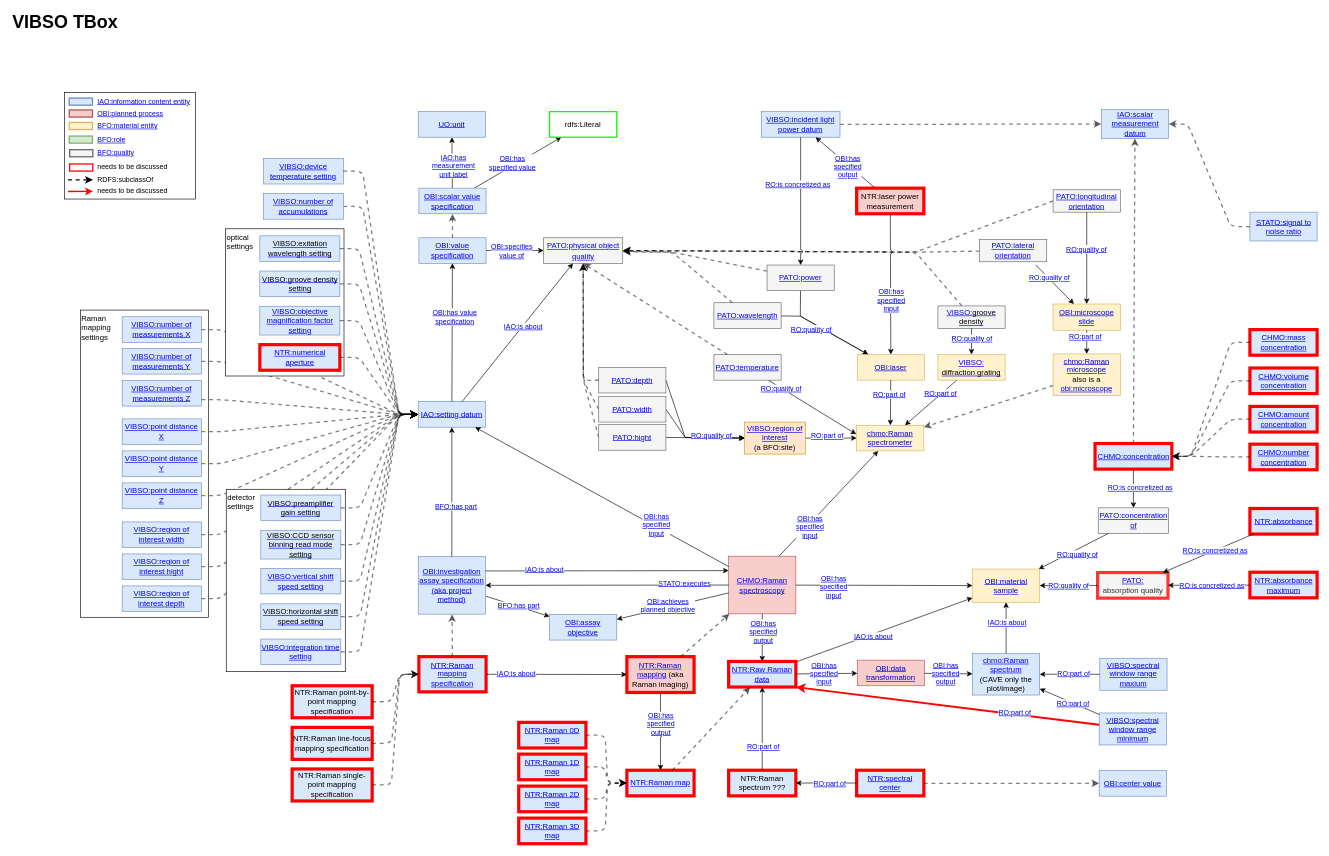
The draw.io diagram page "VIBSO T-Box" (1 of 5) of docs/images/VIBSO_T-Box_graph_views.drawio in NFDI4Chem/VibrationalSpectroscopyOntology, before the edit. Source tidied: cells renumbered, new cells numbered last; positions are measured from the earlier drawing's top-left corner, leaving out a move shared by most shapes. Both pictures are drawn from the tidied source at 64%, with x=0, y=0 at pixel (11, 12).
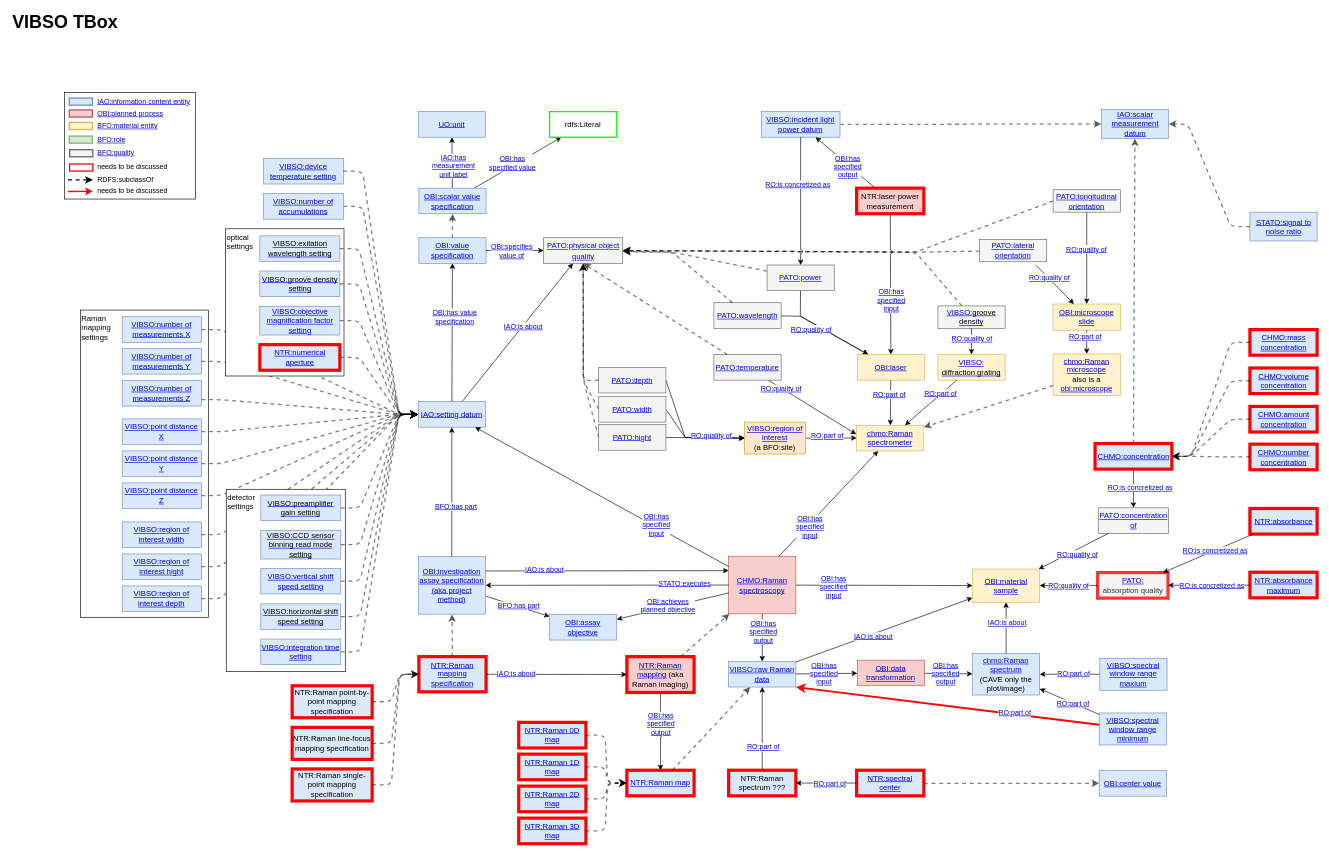
The same page after the edit.

Diff of the diagram source:
```diff
@@
-    <mxCell id="59" value="&lt;a href=&quot;https://github.com/NFDI4Chem/VibrationalSpectroscopyOntology/issues/77&quot;&gt;NTR:Raw Raman data&lt;/a&gt;" style="rounded=0;whiteSpace=wrap;html=1;fillColor=#dae8fc;strokeColor=#FF0000;arcSize=15;glass=0;shadow=0;strokeWidth=5;align=center;" parent="1" vertex="1">
+    <mxCell id="59" value="&lt;a href=&quot;https://github.com/NFDI4Chem/VibrationalSpectroscopyOntology/issues/77&quot;&gt;VIBSO:raw Raman data&lt;/a&gt;" style="rounded=0;whiteSpace=wrap;html=1;fillColor=#dae8fc;strokeColor=#6c8ebf;arcSize=15;glass=0;shadow=0;strokeWidth=1;align=center;" parent="1" vertex="1">
       <mxGeometry x="1121" y="1014" width="105" height="40" as="geometry" />
     </mxCell>
```
